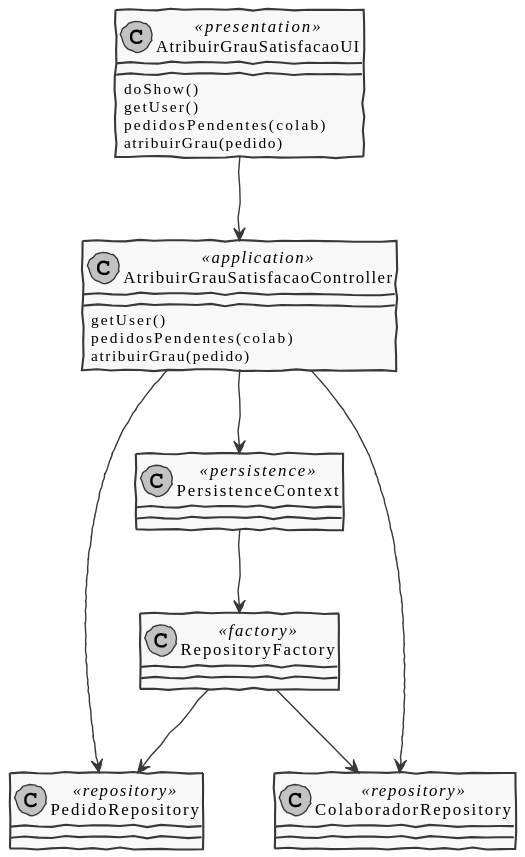
This is docs/Sprint D/1190769/US3051/CD.svg from pedrolemos4/LAPR4, a PlantUML export, as it was before one commit. Its diagram source:
```plantuml
@startuml
skinparam handwritten true
skinparam monochrome true
skinparam packageStyle rect
skinparam defaultFontName FG Virgil
skinparam shadowing false

class AtribuirGrauSatisfacaoUI <<presentation>>
class AtribuirGrauSatisfacaoController <<application>>
class PersistenceContext <<persistence>>
class RepositoryFactory <<factory>>
class PedidoRepository <<repository>>
class ColaboradorRepository <<repository>>


AtribuirGrauSatisfacaoUI --> AtribuirGrauSatisfacaoController
AtribuirGrauSatisfacaoUI : doShow()
AtribuirGrauSatisfacaoUI : getUser()
AtribuirGrauSatisfacaoUI : pedidosPendentes(colab)
AtribuirGrauSatisfacaoUI : atribuirGrau(pedido)

AtribuirGrauSatisfacaoController : getUser()
AtribuirGrauSatisfacaoController : pedidosPendentes(colab)
AtribuirGrauSatisfacaoController : atribuirGrau(pedido)

AtribuirGrauSatisfacaoController --> PedidoRepository
AtribuirGrauSatisfacaoController --> ColaboradorRepository
AtribuirGrauSatisfacaoController --> PersistenceContext
PersistenceContext --> RepositoryFactory

RepositoryFactory --> PedidoRepository
RepositoryFactory --> ColaboradorRepository
@enduml
```
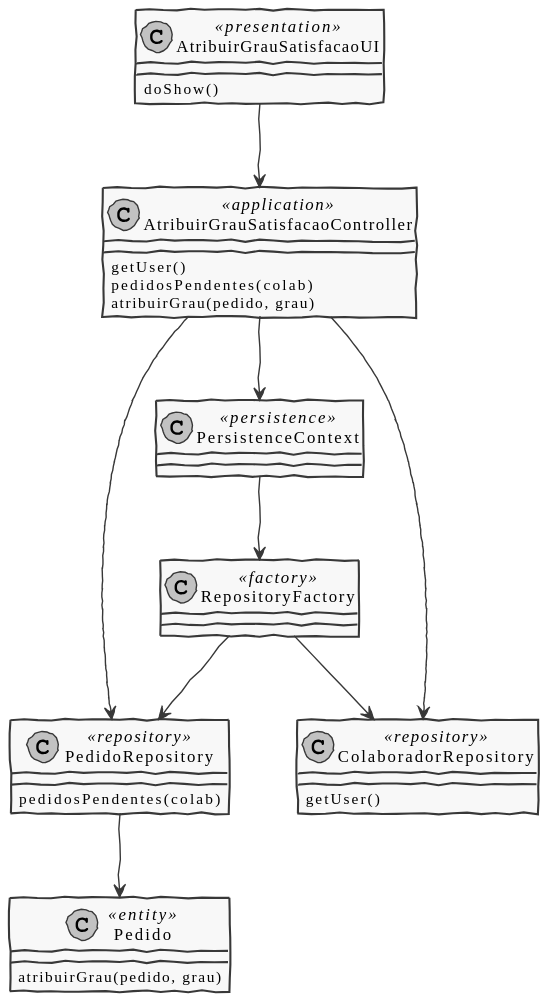
After the commit.

Diff of the diagram source:
```diff
@@ -11,23 +11,28 @@
 class RepositoryFactory <<factory>>
 class PedidoRepository <<repository>>
 class ColaboradorRepository <<repository>>
+class Pedido <<entity>>
 
 
 AtribuirGrauSatisfacaoUI --> AtribuirGrauSatisfacaoController
 AtribuirGrauSatisfacaoUI : doShow()
-AtribuirGrauSatisfacaoUI : getUser()
-AtribuirGrauSatisfacaoUI : pedidosPendentes(colab)
-AtribuirGrauSatisfacaoUI : atribuirGrau(pedido)
 
 AtribuirGrauSatisfacaoController : getUser()
 AtribuirGrauSatisfacaoController : pedidosPendentes(colab)
-AtribuirGrauSatisfacaoController : atribuirGrau(pedido)
+AtribuirGrauSatisfacaoController : atribuirGrau(pedido, grau)
 
 AtribuirGrauSatisfacaoController --> PedidoRepository
 AtribuirGrauSatisfacaoController --> ColaboradorRepository
 AtribuirGrauSatisfacaoController --> PersistenceContext
 PersistenceContext --> RepositoryFactory
 
+ColaboradorRepository : getUser()
+
+PedidoRepository --> Pedido
+PedidoRepository : pedidosPendentes(colab)
+
+Pedido : atribuirGrau(pedido, grau)
+
 RepositoryFactory --> PedidoRepository
 RepositoryFactory --> ColaboradorRepository
 @enduml
```
